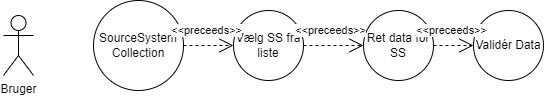
Earlier version of the draw.io export Illustrationer/UseCasePackages-Edit existing SS.drawio.png (FaderVader/CPH_Afgangsprojekt_2022). Source tidied: cells renumbered, new cells last; positions are measured from the earlier drawing's top-left corner, leaving out a move shared by most shapes. The source it was exported from:
```xml
<mxGraphModel>
  <root>
    <mxCell id="0" />
    <mxCell id="1" parent="0" />
    <mxCell id="2" value="Bruger" style="shape=umlActor;verticalLabelPosition=bottom;verticalAlign=top;html=1;" parent="1" vertex="1">
      <mxGeometry y="15" width="30" height="60" as="geometry" />
    </mxCell>
    <mxCell id="3" value="SourceSystem&lt;br&gt;Collection" style="ellipse;whiteSpace=wrap;html=1;" parent="1" vertex="1">
      <mxGeometry x="90" width="90" height="90" as="geometry" />
    </mxCell>
    <mxCell id="4" value="Vælg SS fra liste" style="ellipse;whiteSpace=wrap;html=1;" parent="1" vertex="1">
      <mxGeometry x="230" y="10" width="70" height="70" as="geometry" />
    </mxCell>
    <mxCell id="5" value="&amp;lt;&amp;lt;preceeds&amp;gt;&amp;gt;" style="endArrow=open;endSize=12;dashed=1;html=1;rounded=0;exitX=1;exitY=0.5;exitDx=0;exitDy=0;entryX=0;entryY=0.5;entryDx=0;entryDy=0;" parent="1" edge="1" source="3" target="4">
      <mxGeometry x="-0.09" y="15" relative="1" as="geometry" />
    </mxCell>
    <mxCell id="6" value="Ret data for SS" style="ellipse;whiteSpace=wrap;html=1;" parent="1" vertex="1">
      <mxGeometry x="360" y="10" width="70" height="70" as="geometry" />
    </mxCell>
    <mxCell id="7" value="&amp;lt;&amp;lt;preceeds&amp;gt;&amp;gt;" style="endArrow=open;endSize=12;dashed=1;html=1;rounded=0;exitX=1;exitY=0.5;exitDx=0;exitDy=0;entryX=0;entryY=0.5;entryDx=0;entryDy=0;" parent="1" edge="1" source="4" target="6">
      <mxGeometry x="-0.09" y="15" relative="1" as="geometry" />
    </mxCell>
    <mxCell id="8" value="Validér Data" style="ellipse;whiteSpace=wrap;html=1;" parent="1" vertex="1">
      <mxGeometry x="470" y="10" width="70" height="70" as="geometry" />
    </mxCell>
    <mxCell id="9" value="&amp;lt;&amp;lt;preceeds&amp;gt;&amp;gt;" style="endArrow=open;endSize=12;dashed=1;html=1;rounded=0;entryX=0;entryY=0.5;entryDx=0;entryDy=0;" parent="1" edge="1" source="6" target="8">
      <mxGeometry x="-0.09" y="15" relative="1" as="geometry" />
    </mxCell>
  </root>
</mxGraphModel>
```
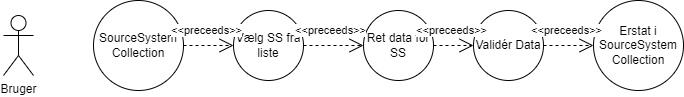
Later version of the same file.

Change to the diagram source:
```diff
@@ -26,5 +26,13 @@
     <mxCell id="9" value="&amp;lt;&amp;lt;preceeds&amp;gt;&amp;gt;" style="endArrow=open;endSize=12;dashed=1;html=1;rounded=0;entryX=0;entryY=0.5;entryDx=0;entryDy=0;" parent="1" edge="1" source="6" target="8">
       <mxGeometry x="-0.09" y="15" relative="1" as="geometry" />
     </mxCell>
+    <mxCell id="10" value="Erstat i SourceSystem&lt;br&gt;Collection" style="ellipse;whiteSpace=wrap;html=1;" parent="1" vertex="1">
+      <mxGeometry x="590" width="90" height="90" as="geometry" />
+    </mxCell>
+    <mxCell id="11" value="&amp;lt;&amp;lt;preceeds&amp;gt;&amp;gt;" style="endArrow=open;endSize=12;dashed=1;html=1;rounded=0;entryX=0;entryY=0.5;entryDx=0;entryDy=0;exitX=1;exitY=0.5;exitDx=0;exitDy=0;" parent="1" edge="1" target="10">
+      <mxGeometry x="-0.09" y="15" relative="1" as="geometry">
+        <mxPoint x="540" y="45" as="sourcePoint" />
+      </mxGeometry>
+    </mxCell>
   </root>
 </mxGraphModel>
```
